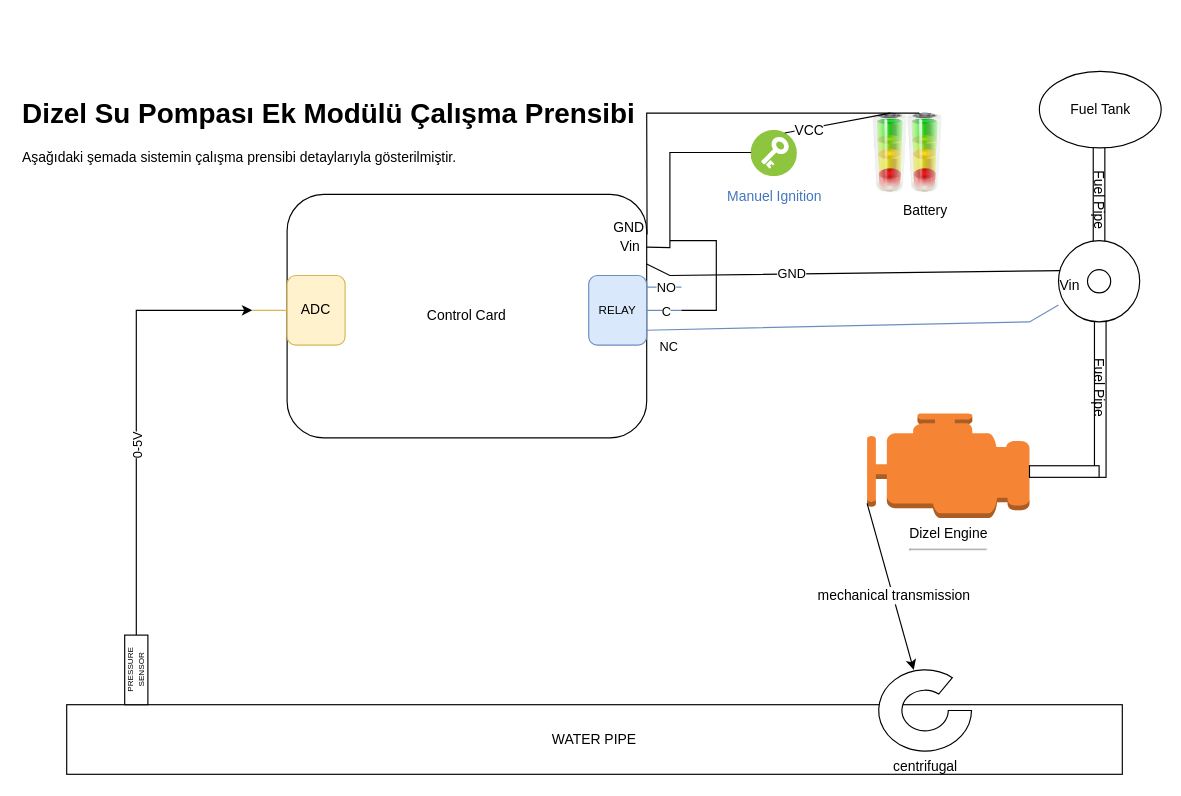
hidroel/staj-2024 keeps this draw.io diagram as page "System" (2 of 3) of documents/diagrams/Staj-2024.drawio. Above is the earlier version. Source tidied: cells renumbered, new cells numbered last; positions are measured from the earlier drawing's top-left corner, leaving out a move shared by most shapes. Both pictures are drawn from the tidied source at 116%, with x=0, y=0 at pixel (20, 71).
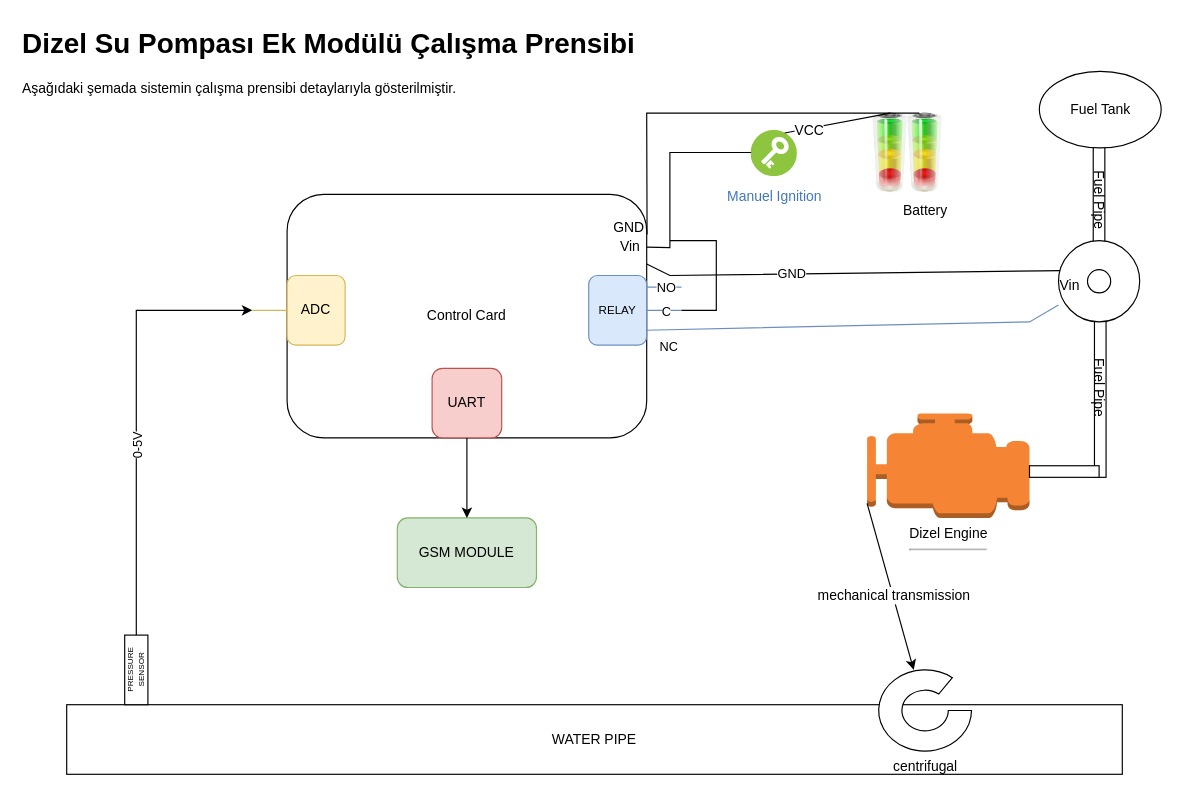
Above is the later version.

Change to the diagram source:
```diff
@@
     <mxCell id="3" value="&lt;h1 style=&quot;margin-top: 0px;&quot;&gt;Dizel Su Pompası Ek Modülü Çalışma Prensibi&lt;/h1&gt;&lt;p&gt;Aşağıdaki şemada sistemin çalışma prensibi detaylarıyla gösterilmiştir.&lt;/p&gt;" style="text;html=1;whiteSpace=wrap;overflow=hidden;rounded=0;" parent="1" vertex="1">
-      <mxGeometry y="16" width="930" height="120" as="geometry" />
+      <mxGeometry y="-44" width="930" height="120" as="geometry" />
     </mxCell>
@@
+    <mxCell id="41" value="UART" style="rounded=1;whiteSpace=wrap;html=1;fillColor=#f8cecc;strokeColor=#b85450;" parent="1" vertex="1">
+      <mxGeometry x="355" y="256" width="60" height="60" as="geometry" />
+    </mxCell>
+    <mxCell id="42" value="GSM MODULE" style="rounded=1;whiteSpace=wrap;html=1;fillColor=#d5e8d4;strokeColor=#82b366;" parent="1" vertex="1">
+      <mxGeometry x="325" y="385" width="120" height="60" as="geometry" />
+    </mxCell>
+    <mxCell id="43" style="endArrow=classic;html=1;rounded=0;exitX=0.5;exitY=1;exitDx=0;exitDy=0;entryX=0.5;entryY=0;entryDx=0;entryDy=0;" parent="1" edge="1" source="41" target="42">
+      <mxGeometry relative="1" as="geometry" />
+    </mxCell>
```
